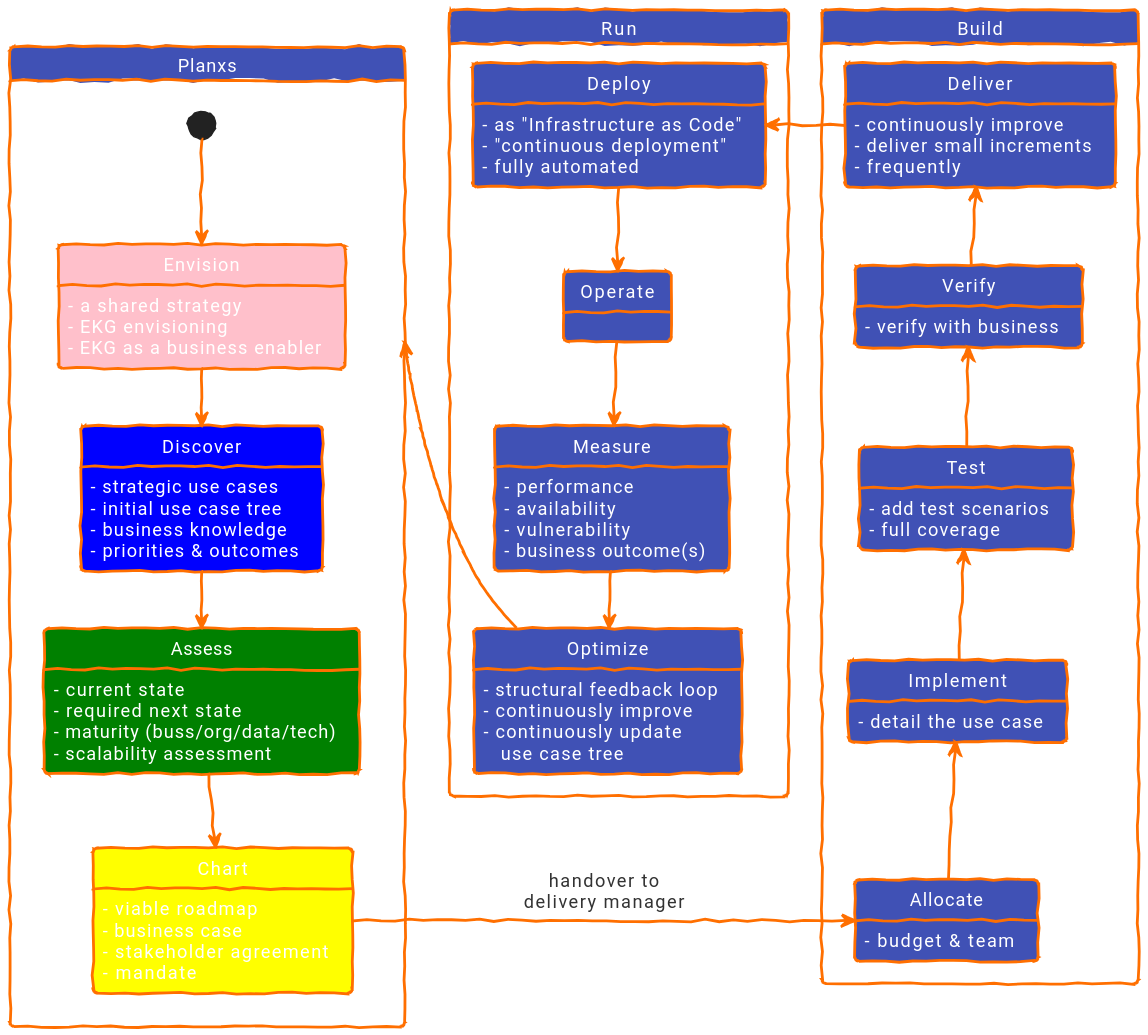
Above: diagrams/out/uctm-process.svg in EKGF/ekg-method (PlantUML), before the change.
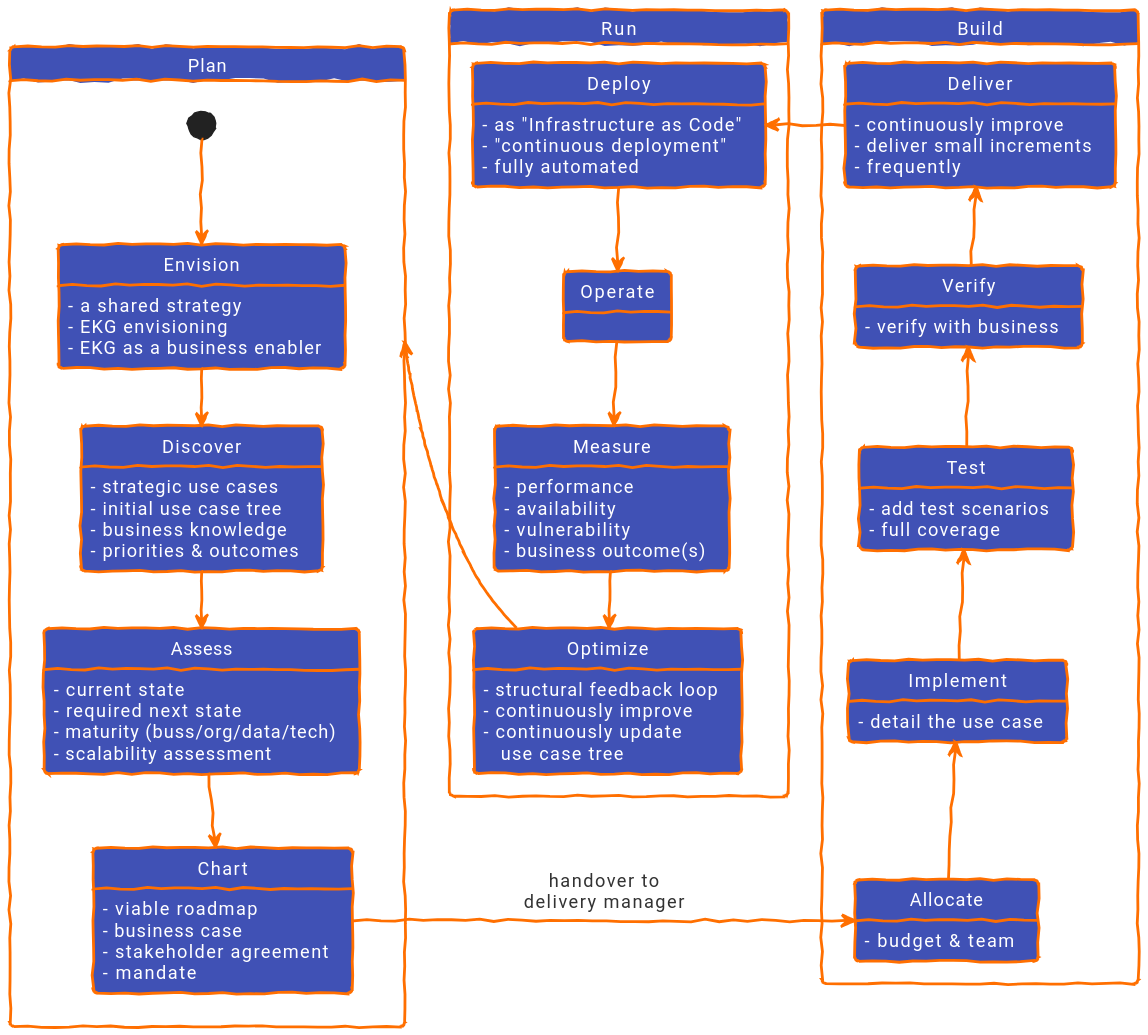
After the change.

Diff of the diagram source:
```diff
@@ -18,6 +18,7 @@
 skinparam HyperlinkColor #ff6f00
 skinparam ranksep 40
 skinparam nodesep 30
+skinparam noteFontColor #000000
 
 skinparam Default {
 FontName "Roboto"
@@ -58,13 +59,16 @@
 }
 
 
-state Planxs {
+skinparam noteFontColor #000000
 
-[*] -down-> Envision #pink
 
-Envision -down-> Discover #blue
-Discover -down-> Assess #green
-Assess -down-> Chart #yellow
+state Plan {
+
+[*] -down-> Envision
+
+Envision -down-> Discover
+Discover -down-> Assess
+Assess -down-> Chart
 
 Envision: - a shared strategy
 Envision: - EKG envisioning
@@ -129,5 +133,5 @@
 Optimize: - continuously update\n   use case tree
 }
 
-Optimize --up--> Planxs
+Optimize --up--> Plan
 @enduml
```
